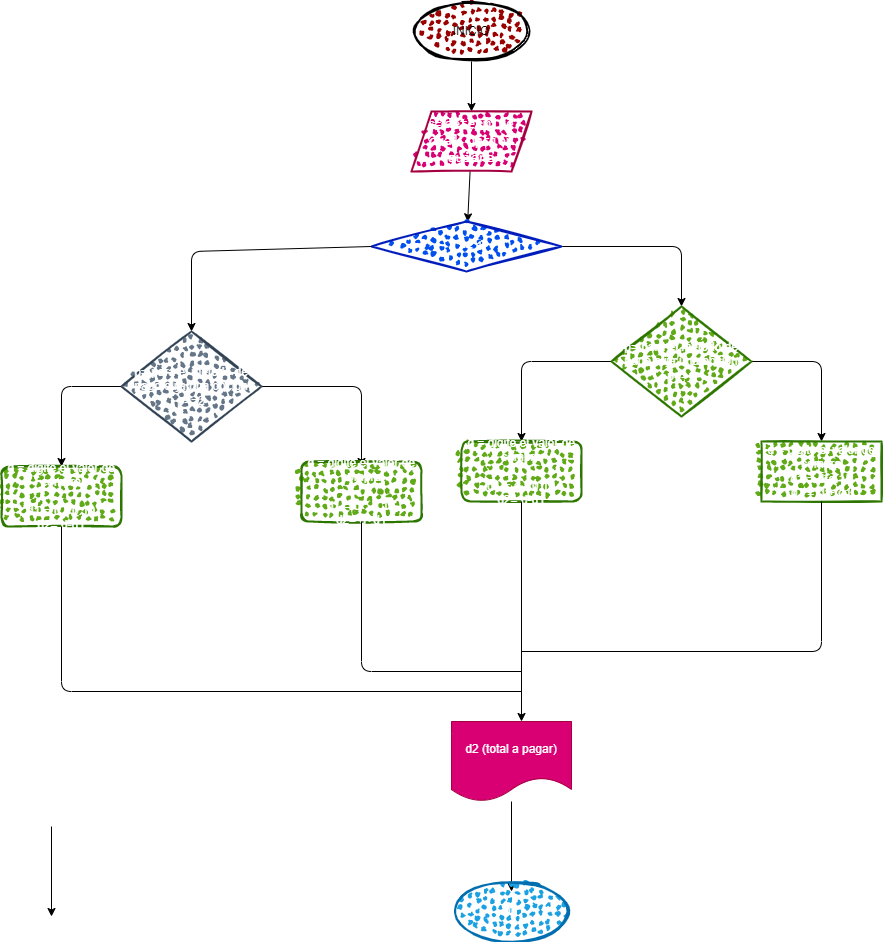
The draw.io diagram EJERCICIO_9/diagrama.png in n4ncy27/taller_1_condicionales., before a commit. Source tidied: cells renumbered, new cells last; positions are measured from the earlier drawing's top-left corner, leaving out a move shared by most shapes. Its diagram source:
```xml
<mxGraphModel>
  <root>
    <mxCell id="0" />
    <mxCell id="1" parent="0" />
    <mxCell id="2" style="edgeStyle=none;html=1;" parent="1" edge="1" source="3" target="5">
      <mxGeometry relative="1" as="geometry" />
    </mxCell>
    <mxCell id="3" value="INICIO" style="ellipse;whiteSpace=wrap;html=1;strokeWidth=2;fillWeight=2;hachureGap=8;fillColor=#990000;fillStyle=dots;sketch=1;" parent="1" vertex="1">
      <mxGeometry x="410" width="120" height="60" as="geometry" />
    </mxCell>
    <mxCell id="4" style="edgeStyle=none;html=1;fontColor=#FFFFFF;" parent="1" edge="1" source="5" target="7">
      <mxGeometry relative="1" as="geometry" />
    </mxCell>
    <mxCell id="5" value="c=&amp;nbsp;&lt;span style=&quot;font-family: &amp;#34;consolas&amp;#34; , &amp;#34;courier new&amp;#34; , monospace ; font-size: 14px&quot;&gt;determine cual opción quiere&lt;/span&gt;" style="shape=parallelogram;perimeter=parallelogramPerimeter;whiteSpace=wrap;html=1;fixedSize=1;fillColor=#d80073;strokeWidth=2;fillWeight=2;hachureGap=8;fillStyle=dots;sketch=1;fontColor=#ffffff;strokeColor=#A50040;" parent="1" vertex="1">
      <mxGeometry x="410" y="110" width="120" height="60" as="geometry" />
    </mxCell>
    <mxCell id="6" style="edgeStyle=none;html=1;fontColor=#FFFFFF;" parent="1" edge="1" source="7" target="10">
      <mxGeometry relative="1" as="geometry">
        <Array as="points">
          <mxPoint x="680" y="245" />
        </Array>
      </mxGeometry>
    </mxCell>
    <mxCell id="7" value="c == 1" style="rhombus;whiteSpace=wrap;html=1;fillColor=#0050ef;strokeColor=#001DBC;fontColor=#ffffff;strokeWidth=2;fillWeight=2;hachureGap=8;fillStyle=dots;sketch=1;" parent="1" vertex="1">
      <mxGeometry x="370" y="220" width="190" height="50" as="geometry" />
    </mxCell>
    <mxCell id="8" style="edgeStyle=none;html=1;fontColor=#FFFFFF;" parent="1" edge="1" source="10" target="12">
      <mxGeometry relative="1" as="geometry">
        <Array as="points">
          <mxPoint x="520" y="360" />
        </Array>
      </mxGeometry>
    </mxCell>
    <mxCell id="9" style="edgeStyle=none;html=1;fontColor=#FFFFFF;" parent="1" edge="1" source="10" target="13">
      <mxGeometry relative="1" as="geometry">
        <Array as="points">
          <mxPoint x="820" y="360" />
        </Array>
      </mxGeometry>
    </mxCell>
    <mxCell id="10" value="p= para el metodo de pago elija una opcion&lt;br&gt;p==1" style="rhombus;whiteSpace=wrap;html=1;fillColor=#60a917;strokeColor=#2D7600;fontColor=#ffffff;strokeWidth=2;fillWeight=2;hachureGap=8;fillStyle=dots;sketch=1;" parent="1" vertex="1">
      <mxGeometry x="610" y="305" width="140" height="110" as="geometry" />
    </mxCell>
    <mxCell id="11" value="v" style="text;html=1;align=center;verticalAlign=middle;strokeColor=none;fillColor=none;fontColor=#FFFFFF;" parent="1" vertex="1">
      <mxGeometry x="610" y="200" width="20" height="20" as="geometry" />
    </mxCell>
    <mxCell id="12" value="d = digite el valor de compra&lt;br&gt;&lt;br&gt;d1 = d * 0.10&lt;br&gt;d2= d-d1" style="rounded=1;whiteSpace=wrap;html=1;fillColor=#60a917;strokeColor=#2D7600;fontColor=#ffffff;strokeWidth=2;fillWeight=2;hachureGap=8;fillStyle=dots;sketch=1;" parent="1" vertex="1">
      <mxGeometry x="460" y="440" width="120" height="60" as="geometry" />
    </mxCell>
    <mxCell id="13" value="d = digite el valor de compra&lt;br&gt;d1 = d*o.15&lt;br&gt;d2 = d + d1" style="whiteSpace=wrap;html=1;fillColor=#60a917;strokeColor=#2D7600;fontColor=#ffffff;strokeWidth=2;fillWeight=2;hachureGap=8;fillStyle=dots;sketch=1;" parent="1" vertex="1">
      <mxGeometry x="760" y="440" width="120" height="60" as="geometry" />
    </mxCell>
    <mxCell id="14" value="v" style="text;html=1;align=center;verticalAlign=middle;strokeColor=none;fillColor=none;fontColor=#FFFFFF;" parent="1" vertex="1">
      <mxGeometry x="810" y="340" width="20" height="20" as="geometry" />
    </mxCell>
    <mxCell id="15" value="f" style="text;html=1;align=center;verticalAlign=middle;strokeColor=none;fillColor=none;fontColor=#FFFFFF;" parent="1" vertex="1">
      <mxGeometry x="530" y="340" width="20" height="20" as="geometry" />
    </mxCell>
    <mxCell id="16" style="endArrow=classic;html=1;fontColor=#FFFFFF;exitX=0.5;exitY=1;exitDx=0;exitDy=0;" parent="1" edge="1" source="12">
      <mxGeometry relative="1" as="geometry">
        <mxPoint x="520" y="720" as="targetPoint" />
      </mxGeometry>
    </mxCell>
    <mxCell id="17" style="endArrow=none;html=1;fontColor=#FFFFFF;entryX=0.5;entryY=1;entryDx=0;entryDy=0;" parent="1" edge="1" target="13">
      <mxGeometry relative="1" as="geometry">
        <mxPoint x="520" y="650" as="sourcePoint" />
        <Array as="points">
          <mxPoint x="820" y="650" />
        </Array>
      </mxGeometry>
    </mxCell>
    <mxCell id="18" style="edgeStyle=none;html=1;fontColor=#FFFFFF;" parent="1" edge="1" source="19">
      <mxGeometry relative="1" as="geometry">
        <mxPoint x="510" y="890" as="targetPoint" />
      </mxGeometry>
    </mxCell>
    <mxCell id="19" value="d2 (total a pagar)" style="shape=document;whiteSpace=wrap;html=1;boundedLbl=1;labelBackgroundColor=none;fontColor=#ffffff;fillColor=#d80073;strokeColor=#A50040;" parent="1" vertex="1">
      <mxGeometry x="450" y="720" width="120" height="80" as="geometry" />
    </mxCell>
    <mxCell id="20" value="fin" style="ellipse;whiteSpace=wrap;html=1;strokeWidth=2;fillWeight=2;hachureGap=8;fillColor=#1ba1e2;fillStyle=dots;sketch=1;labelBackgroundColor=none;fontColor=#ffffff;strokeColor=#006EAF;" parent="1" vertex="1">
      <mxGeometry x="450" y="880" width="120" height="60" as="geometry" />
    </mxCell>
    <mxCell id="21" style="edgeStyle=none;html=1;fontColor=#FFFFFF;exitX=0;exitY=0.5;exitDx=0;exitDy=0;" parent="1" edge="1" source="7" target="24">
      <mxGeometry relative="1" as="geometry">
        <Array as="points">
          <mxPoint x="190" y="250" />
        </Array>
      </mxGeometry>
    </mxCell>
    <mxCell id="22" style="edgeStyle=none;html=1;fontColor=#FFFFFF;" parent="1" edge="1" source="24" target="25">
      <mxGeometry relative="1" as="geometry">
        <Array as="points">
          <mxPoint x="60" y="385" />
        </Array>
      </mxGeometry>
    </mxCell>
    <mxCell id="23" style="edgeStyle=none;html=1;fontColor=#FFFFFF;" parent="1" edge="1" source="24">
      <mxGeometry relative="1" as="geometry">
        <mxPoint x="360" y="465" as="targetPoint" />
        <Array as="points">
          <mxPoint x="360" y="385" />
        </Array>
      </mxGeometry>
    </mxCell>
    <mxCell id="24" value="p= para el metodo de pago elija una opcion&lt;br&gt;p==2" style="rhombus;whiteSpace=wrap;html=1;fillColor=#647687;strokeColor=#314354;fontColor=#ffffff;strokeWidth=2;fillWeight=2;hachureGap=8;fillStyle=dots;sketch=1;" parent="1" vertex="1">
      <mxGeometry x="120" y="330" width="140" height="110" as="geometry" />
    </mxCell>
    <mxCell id="25" value="d = digite el valor de compra&lt;br&gt;&lt;br&gt;d1 = d * 0.10&lt;br&gt;d2= d-d1" style="rounded=1;whiteSpace=wrap;html=1;fillColor=#60a917;strokeColor=#2D7600;fontColor=#ffffff;strokeWidth=2;fillWeight=2;hachureGap=8;fillStyle=dots;sketch=1;" parent="1" vertex="1">
      <mxGeometry y="465" width="120" height="60" as="geometry" />
    </mxCell>
    <mxCell id="26" value="v" style="text;html=1;align=center;verticalAlign=middle;strokeColor=none;fillColor=none;fontColor=#FFFFFF;" parent="1" vertex="1">
      <mxGeometry x="350" y="365" width="20" height="20" as="geometry" />
    </mxCell>
    <mxCell id="27" value="f" style="text;html=1;align=center;verticalAlign=middle;strokeColor=none;fillColor=none;fontColor=#FFFFFF;" parent="1" vertex="1">
      <mxGeometry x="70" y="365" width="20" height="20" as="geometry" />
    </mxCell>
    <mxCell id="28" style="edgeStyle=none;html=1;fontColor=#FFFFFF;" parent="1" edge="1">
      <mxGeometry relative="1" as="geometry">
        <mxPoint x="50" y="825" as="sourcePoint" />
        <mxPoint x="50" y="915" as="targetPoint" />
      </mxGeometry>
    </mxCell>
    <mxCell id="29" value="d = digite el valor de compra&lt;br&gt;&lt;br&gt;d1 = d * 0.10&lt;br&gt;d2= d+d1" style="rounded=1;whiteSpace=wrap;html=1;fillColor=#60a917;strokeColor=#2D7600;fontColor=#ffffff;strokeWidth=2;fillWeight=2;hachureGap=8;fillStyle=dots;sketch=1;" parent="1" vertex="1">
      <mxGeometry x="300" y="460" width="120" height="60" as="geometry" />
    </mxCell>
    <mxCell id="30" style="endArrow=none;html=1;fontColor=#FFFFFF;exitX=0.5;exitY=1;exitDx=0;exitDy=0;" parent="1" edge="1" source="25">
      <mxGeometry relative="1" as="geometry">
        <mxPoint x="520" y="690" as="targetPoint" />
        <Array as="points">
          <mxPoint x="60" y="690" />
        </Array>
      </mxGeometry>
    </mxCell>
    <mxCell id="31" style="endArrow=none;html=1;fontColor=#FFFFFF;entryX=0.5;entryY=1;entryDx=0;entryDy=0;" parent="1" edge="1" target="29">
      <mxGeometry relative="1" as="geometry">
        <mxPoint x="520" y="670" as="sourcePoint" />
        <Array as="points">
          <mxPoint x="360" y="670" />
        </Array>
      </mxGeometry>
    </mxCell>
  </root>
</mxGraphModel>
```
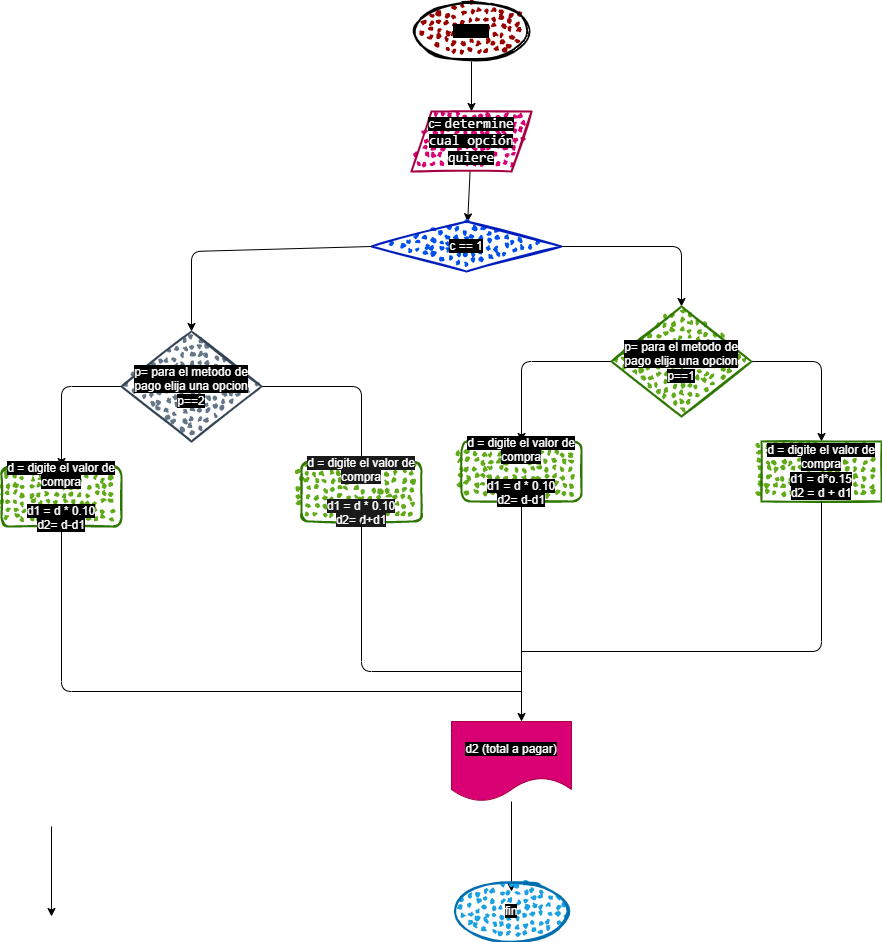
Above is the later version.

Diff of the diagram source:
```diff
@@ -5,13 +5,13 @@
     <mxCell id="2" style="edgeStyle=none;html=1;" parent="1" edge="1" source="3" target="5">
       <mxGeometry relative="1" as="geometry" />
     </mxCell>
-    <mxCell id="3" value="INICIO" style="ellipse;whiteSpace=wrap;html=1;strokeWidth=2;fillWeight=2;hachureGap=8;fillColor=#990000;fillStyle=dots;sketch=1;" parent="1" vertex="1">
+    <mxCell id="3" value="&lt;span style=&quot;background-color: rgb(0 , 0 , 0)&quot;&gt;INICIO&lt;/span&gt;" style="ellipse;whiteSpace=wrap;html=1;strokeWidth=2;fillWeight=2;hachureGap=8;fillColor=#990000;fillStyle=dots;sketch=1;" parent="1" vertex="1">
       <mxGeometry x="410" width="120" height="60" as="geometry" />
     </mxCell>
     <mxCell id="4" style="edgeStyle=none;html=1;fontColor=#FFFFFF;" parent="1" edge="1" source="5" target="7">
       <mxGeometry relative="1" as="geometry" />
     </mxCell>
-    <mxCell id="5" value="c=&amp;nbsp;&lt;span style=&quot;font-family: &amp;#34;consolas&amp;#34; , &amp;#34;courier new&amp;#34; , monospace ; font-size: 14px&quot;&gt;determine cual opción quiere&lt;/span&gt;" style="shape=parallelogram;perimeter=parallelogramPerimeter;whiteSpace=wrap;html=1;fixedSize=1;fillColor=#d80073;strokeWidth=2;fillWeight=2;hachureGap=8;fillStyle=dots;sketch=1;fontColor=#ffffff;strokeColor=#A50040;" parent="1" vertex="1">
+    <mxCell id="5" value="&lt;span style=&quot;background-color: rgb(0 , 0 , 0)&quot;&gt;c=&amp;nbsp;&lt;span style=&quot;font-family: &amp;#34;consolas&amp;#34; , &amp;#34;courier new&amp;#34; , monospace ; font-size: 14px&quot;&gt;determine cual opción quiere&lt;/span&gt;&lt;/span&gt;" style="shape=parallelogram;perimeter=parallelogramPerimeter;whiteSpace=wrap;html=1;fixedSize=1;fillColor=#d80073;strokeWidth=2;fillWeight=2;hachureGap=8;fillStyle=dots;sketch=1;fontColor=#ffffff;strokeColor=#A50040;" parent="1" vertex="1">
       <mxGeometry x="410" y="110" width="120" height="60" as="geometry" />
     </mxCell>
     <mxCell id="6" style="edgeStyle=none;html=1;fontColor=#FFFFFF;" parent="1" edge="1" source="7" target="10">
@@ -21,7 +21,7 @@
         </Array>
       </mxGeometry>
     </mxCell>
-    <mxCell id="7" value="c == 1" style="rhombus;whiteSpace=wrap;html=1;fillColor=#0050ef;strokeColor=#001DBC;fontColor=#ffffff;strokeWidth=2;fillWeight=2;hachureGap=8;fillStyle=dots;sketch=1;" parent="1" vertex="1">
+    <mxCell id="7" value="&lt;span style=&quot;background-color: rgb(0 , 0 , 0)&quot;&gt;c == 1&lt;/span&gt;" style="rhombus;whiteSpace=wrap;html=1;fillColor=#0050ef;strokeColor=#001DBC;fontColor=#ffffff;strokeWidth=2;fillWeight=2;hachureGap=8;fillStyle=dots;sketch=1;" parent="1" vertex="1">
       <mxGeometry x="370" y="220" width="190" height="50" as="geometry" />
     </mxCell>
     <mxCell id="8" style="edgeStyle=none;html=1;fontColor=#FFFFFF;" parent="1" edge="1" source="10" target="12">
@@ -38,16 +38,16 @@
         </Array>
       </mxGeometry>
     </mxCell>
-    <mxCell id="10" value="p= para el metodo de pago elija una opcion&lt;br&gt;p==1" style="rhombus;whiteSpace=wrap;html=1;fillColor=#60a917;strokeColor=#2D7600;fontColor=#ffffff;strokeWidth=2;fillWeight=2;hachureGap=8;fillStyle=dots;sketch=1;" parent="1" vertex="1">
+    <mxCell id="10" value="&lt;span style=&quot;background-color: rgb(0 , 0 , 0)&quot;&gt;p= para el metodo de pago elija una opcion&lt;br&gt;p==1&lt;/span&gt;" style="rhombus;whiteSpace=wrap;html=1;fillColor=#60a917;strokeColor=#2D7600;fontColor=#ffffff;strokeWidth=2;fillWeight=2;hachureGap=8;fillStyle=dots;sketch=1;" parent="1" vertex="1">
       <mxGeometry x="610" y="305" width="140" height="110" as="geometry" />
     </mxCell>
     <mxCell id="11" value="v" style="text;html=1;align=center;verticalAlign=middle;strokeColor=none;fillColor=none;fontColor=#FFFFFF;" parent="1" vertex="1">
       <mxGeometry x="610" y="200" width="20" height="20" as="geometry" />
     </mxCell>
-    <mxCell id="12" value="d = digite el valor de compra&lt;br&gt;&lt;br&gt;d1 = d * 0.10&lt;br&gt;d2= d-d1" style="rounded=1;whiteSpace=wrap;html=1;fillColor=#60a917;strokeColor=#2D7600;fontColor=#ffffff;strokeWidth=2;fillWeight=2;hachureGap=8;fillStyle=dots;sketch=1;" parent="1" vertex="1">
+    <mxCell id="12" value="&lt;span style=&quot;background-color: rgb(0 , 0 , 0)&quot;&gt;d = digite el valor de compra&lt;br&gt;&lt;br&gt;d1 = d * 0.10&lt;br&gt;d2= d-d1&lt;/span&gt;" style="rounded=1;whiteSpace=wrap;html=1;fillColor=#60a917;strokeColor=#2D7600;fontColor=#ffffff;strokeWidth=2;fillWeight=2;hachureGap=8;fillStyle=dots;sketch=1;" parent="1" vertex="1">
       <mxGeometry x="460" y="440" width="120" height="60" as="geometry" />
     </mxCell>
-    <mxCell id="13" value="d = digite el valor de compra&lt;br&gt;d1 = d*o.15&lt;br&gt;d2 = d + d1" style="whiteSpace=wrap;html=1;fillColor=#60a917;strokeColor=#2D7600;fontColor=#ffffff;strokeWidth=2;fillWeight=2;hachureGap=8;fillStyle=dots;sketch=1;" parent="1" vertex="1">
+    <mxCell id="13" value="&lt;span style=&quot;background-color: rgb(0 , 0 , 0)&quot;&gt;d = digite el valor de compra&lt;br&gt;d1 = d*o.15&lt;br&gt;d2 = d + d1&lt;/span&gt;" style="whiteSpace=wrap;html=1;fillColor=#60a917;strokeColor=#2D7600;fontColor=#ffffff;strokeWidth=2;fillWeight=2;hachureGap=8;fillStyle=dots;sketch=1;" parent="1" vertex="1">
       <mxGeometry x="760" y="440" width="120" height="60" as="geometry" />
     </mxCell>
     <mxCell id="14" value="v" style="text;html=1;align=center;verticalAlign=middle;strokeColor=none;fillColor=none;fontColor=#FFFFFF;" parent="1" vertex="1">
@@ -74,10 +74,10 @@
         <mxPoint x="510" y="890" as="targetPoint" />
       </mxGeometry>
     </mxCell>
-    <mxCell id="19" value="d2 (total a pagar)" style="shape=document;whiteSpace=wrap;html=1;boundedLbl=1;labelBackgroundColor=none;fontColor=#ffffff;fillColor=#d80073;strokeColor=#A50040;" parent="1" vertex="1">
+    <mxCell id="19" value="&lt;span style=&quot;background-color: rgb(0 , 0 , 0)&quot;&gt;d2 (total a pagar)&lt;/span&gt;" style="shape=document;whiteSpace=wrap;html=1;boundedLbl=1;labelBackgroundColor=none;fontColor=#ffffff;fillColor=#d80073;strokeColor=#A50040;" parent="1" vertex="1">
       <mxGeometry x="450" y="720" width="120" height="80" as="geometry" />
     </mxCell>
-    <mxCell id="20" value="fin" style="ellipse;whiteSpace=wrap;html=1;strokeWidth=2;fillWeight=2;hachureGap=8;fillColor=#1ba1e2;fillStyle=dots;sketch=1;labelBackgroundColor=none;fontColor=#ffffff;strokeColor=#006EAF;" parent="1" vertex="1">
+    <mxCell id="20" value="&lt;span style=&quot;background-color: rgb(0 , 0 , 0)&quot;&gt;fin&lt;/span&gt;" style="ellipse;whiteSpace=wrap;html=1;strokeWidth=2;fillWeight=2;hachureGap=8;fillColor=#1ba1e2;fillStyle=dots;sketch=1;labelBackgroundColor=none;fontColor=#ffffff;strokeColor=#006EAF;" parent="1" vertex="1">
       <mxGeometry x="450" y="880" width="120" height="60" as="geometry" />
     </mxCell>
     <mxCell id="21" style="edgeStyle=none;html=1;fontColor=#FFFFFF;exitX=0;exitY=0.5;exitDx=0;exitDy=0;" parent="1" edge="1" source="7" target="24">
@@ -102,10 +102,10 @@
         </Array>
       </mxGeometry>
     </mxCell>
-    <mxCell id="24" value="p= para el metodo de pago elija una opcion&lt;br&gt;p==2" style="rhombus;whiteSpace=wrap;html=1;fillColor=#647687;strokeColor=#314354;fontColor=#ffffff;strokeWidth=2;fillWeight=2;hachureGap=8;fillStyle=dots;sketch=1;" parent="1" vertex="1">
+    <mxCell id="24" value="&lt;span style=&quot;background-color: rgb(0 , 0 , 0)&quot;&gt;p= para el metodo de pago elija una opcion&lt;br&gt;p==2&lt;/span&gt;" style="rhombus;whiteSpace=wrap;html=1;fillColor=#647687;strokeColor=#314354;fontColor=#ffffff;strokeWidth=2;fillWeight=2;hachureGap=8;fillStyle=dots;sketch=1;" parent="1" vertex="1">
       <mxGeometry x="120" y="330" width="140" height="110" as="geometry" />
     </mxCell>
-    <mxCell id="25" value="d = digite el valor de compra&lt;br&gt;&lt;br&gt;d1 = d * 0.10&lt;br&gt;d2= d-d1" style="rounded=1;whiteSpace=wrap;html=1;fillColor=#60a917;strokeColor=#2D7600;fontColor=#ffffff;strokeWidth=2;fillWeight=2;hachureGap=8;fillStyle=dots;sketch=1;" parent="1" vertex="1">
+    <mxCell id="25" value="&lt;span style=&quot;background-color: rgb(0 , 0 , 0)&quot;&gt;d = digite el valor de compra&lt;br&gt;&lt;br&gt;d1 = d * 0.10&lt;br&gt;d2= d-d1&lt;/span&gt;" style="rounded=1;whiteSpace=wrap;html=1;fillColor=#60a917;strokeColor=#2D7600;fontColor=#ffffff;strokeWidth=2;fillWeight=2;hachureGap=8;fillStyle=dots;sketch=1;" parent="1" vertex="1">
       <mxGeometry y="465" width="120" height="60" as="geometry" />
     </mxCell>
     <mxCell id="26" value="v" style="text;html=1;align=center;verticalAlign=middle;strokeColor=none;fillColor=none;fontColor=#FFFFFF;" parent="1" vertex="1">
@@ -120,7 +120,7 @@
         <mxPoint x="50" y="915" as="targetPoint" />
       </mxGeometry>
     </mxCell>
-    <mxCell id="29" value="d = digite el valor de compra&lt;br&gt;&lt;br&gt;d1 = d * 0.10&lt;br&gt;d2= d+d1" style="rounded=1;whiteSpace=wrap;html=1;fillColor=#60a917;strokeColor=#2D7600;fontColor=#ffffff;strokeWidth=2;fillWeight=2;hachureGap=8;fillStyle=dots;sketch=1;" parent="1" vertex="1">
+    <mxCell id="29" value="&lt;span style=&quot;background-color: rgb(26 , 26 , 26)&quot;&gt;d = digite el valor de compra&lt;br&gt;&lt;br&gt;d1 = d * 0.10&lt;br&gt;d2= d+d1&lt;/span&gt;" style="rounded=1;whiteSpace=wrap;html=1;fillColor=#60a917;strokeColor=#2D7600;fontColor=#ffffff;strokeWidth=2;fillWeight=2;hachureGap=8;fillStyle=dots;sketch=1;" parent="1" vertex="1">
       <mxGeometry x="300" y="460" width="120" height="60" as="geometry" />
     </mxCell>
     <mxCell id="30" style="endArrow=none;html=1;fontColor=#FFFFFF;exitX=0.5;exitY=1;exitDx=0;exitDy=0;" parent="1" edge="1" source="25">
```
